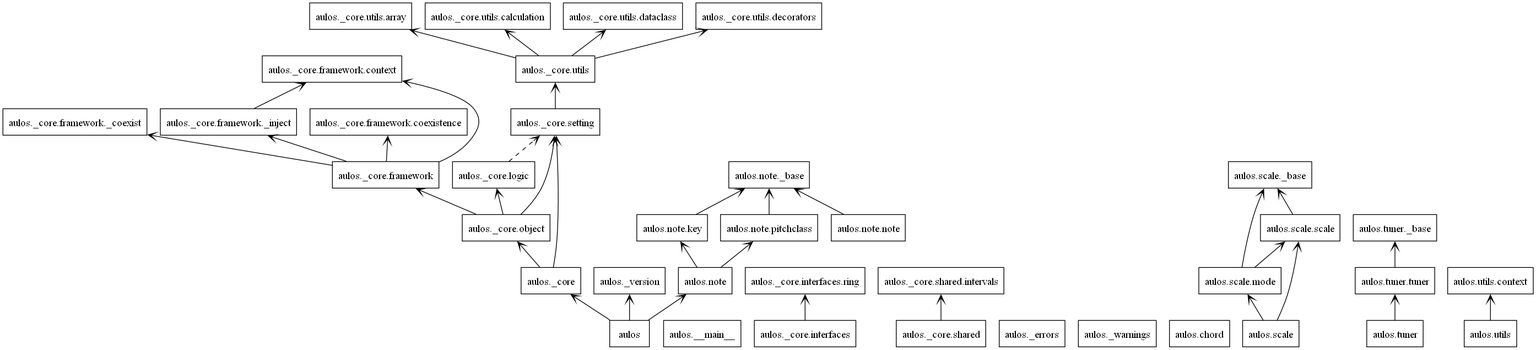
Above: documents/design/class-diagram/packages.png in Oujox/aulos (PlantUML), before the change. Its source is kept beside it as documents/design/class-diagram/packages.puml.
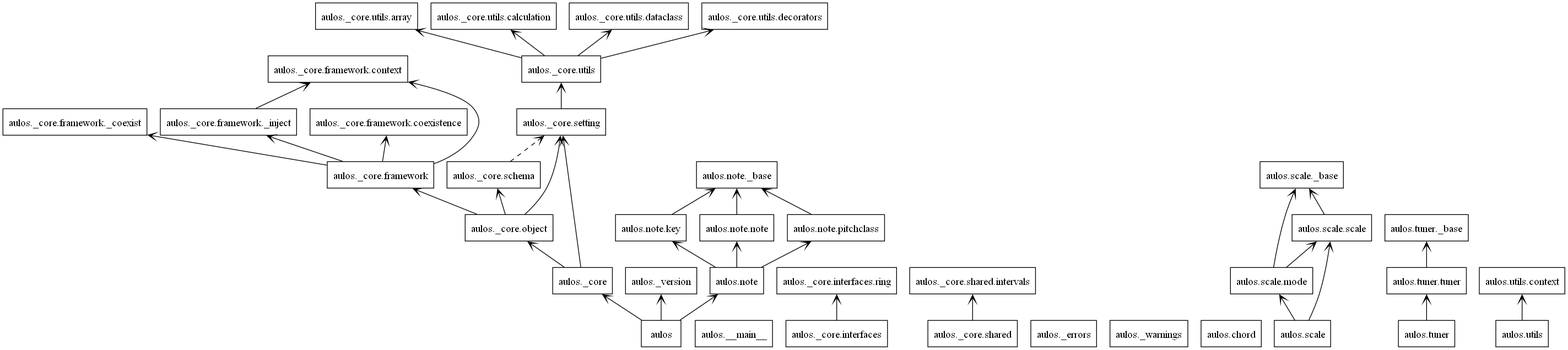
The same diagram one commit later.

The edit, as a diff of the source:
```diff
@@ -20,9 +20,9 @@
 }
 package "aulos._core.interfaces.ring" as aulos._core.interfaces.ring {
 }
-package "aulos._core.logic" as aulos._core.logic {
+package "aulos._core.object" as aulos._core.object {
 }
-package "aulos._core.object" as aulos._core.object {
+package "aulos._core.schema" as aulos._core.schema {
 }
 package "aulos._core.setting" as aulos._core.setting {
 }
@@ -88,7 +88,7 @@
 aulos._core.framework._inject --> aulos._core.framework.context
 aulos._core.interfaces --> aulos._core.interfaces.ring
 aulos._core.object --> aulos._core.framework
-aulos._core.object --> aulos._core.logic
+aulos._core.object --> aulos._core.schema
 aulos._core.object --> aulos._core.setting
 aulos._core.setting --> aulos._core.utils
 aulos._core.shared --> aulos._core.shared.intervals
@@ -97,6 +97,7 @@
 aulos._core.utils --> aulos._core.utils.dataclass
 aulos._core.utils --> aulos._core.utils.decorators
 aulos.note --> aulos.note.key
+aulos.note --> aulos.note.note
 aulos.note --> aulos.note.pitchclass
 aulos.note.key --> aulos.note._base
 aulos.note.note --> aulos.note._base
@@ -109,5 +110,5 @@
 aulos.tuner --> aulos.tuner.tuner
 aulos.tuner.tuner --> aulos.tuner._base
 aulos.utils --> aulos.utils.context
-aulos._core.logic ..> aulos._core.setting
+aulos._core.schema ..> aulos._core.setting
 @enduml
```
